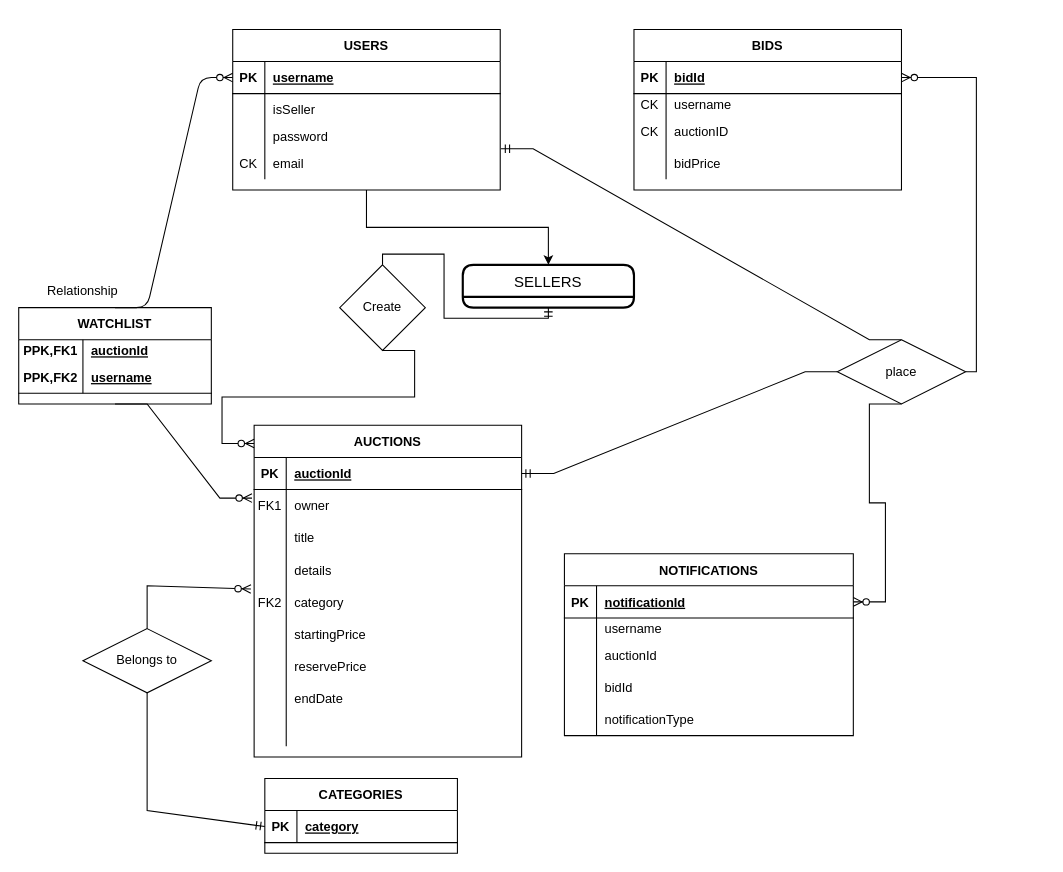
jcgloria/dbf_project keeps this draw.io diagram as er-diagram.drawio. Above is the earlier version. Source tidied: cells renumbered, new cells numbered last; positions are measured from the earlier drawing's top-left corner, leaving out a move shared by most shapes. Both pictures are drawn from the tidied source at 107%, with x=0, y=0 at pixel (18, 29).
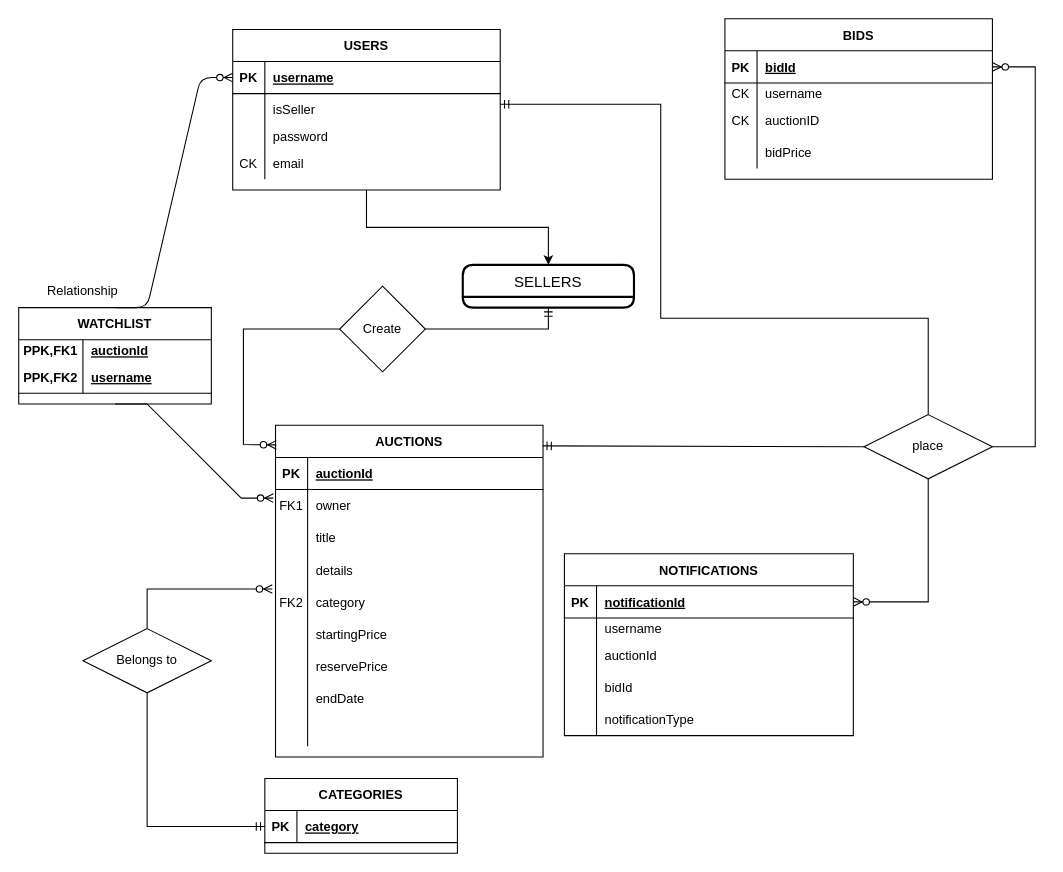
The same page after the edit.

Commit message:
er diagram straightened

Unchanged cells that the change refers to:
```xml
<mxCell id="3" style="shape=partialRectangle;fillColor=none;points=[[0,0.5],[1,0.5]];portConstraint=eastwest;top=0;left=0;right=0;bottom=1;" parent="2" vertex="1">
  <mxGeometry y="30" width="250" height="30" as="geometry" />
</mxCell>
<mxCell id="15" style="shape=partialRectangle;fillColor=none;points=[[0,0.5],[1,0.5]];portConstraint=eastwest;top=0;left=0;right=0;bottom=0;" parent="2" vertex="1">
  <mxGeometry y="150" width="250" height="30" as="geometry" />
</mxCell>
<mxCell id="31" style="shape=partialRectangle;fillColor=none;points=[[0,0.5],[1,0.5]];portConstraint=eastwest;top=0;left=0;right=0;bottom=1;" parent="30" vertex="1">
  <mxGeometry y="30" width="250" height="30" as="geometry" />
</mxCell>
<mxCell id="54" style="shape=partialRectangle;fillColor=none;points=[[0,0.5],[1,0.5]];portConstraint=eastwest;top=0;left=0;right=0;bottom=0;" parent="44" vertex="1">
  <mxGeometry y="110" width="250" height="30" as="geometry" />
</mxCell>
<mxCell id="58" style="shape=tableRow;horizontal=0;startSize=0;swimlaneHead=0;swimlaneBody=0;fillColor=none;points=[[0,0.5],[1,0.5]];portConstraint=eastwest;top=0;left=0;right=0;bottom=1;" parent="57" vertex="1">
  <mxGeometry y="30" width="180" height="30" as="geometry" />
</mxCell>
<mxCell id="71" value="Belongs to" style="shape=rhombus;perimeter=rhombusPerimeter;whiteSpace=wrap;html=1;align=center;" parent="1" vertex="1">
  <mxGeometry x="60" y="560" width="120" height="60" as="geometry" />
</mxCell>
<mxCell id="77" style="shape=partialRectangle;fillColor=none;points=[[0,0.5],[1,0.5]];portConstraint=eastwest;top=0;left=0;right=0;bottom=1;" parent="76" vertex="1">
  <mxGeometry y="30" width="270" height="30" as="geometry" />
</mxCell>
<mxCell id="93" value="SELLERS" style="swimlane;horizontal=1;startSize=30;rounded=1;fontSize=14;fontStyle=0;strokeWidth=2;shadow=0;dashed=0;align=center;" parent="1" vertex="1">
  <mxGeometry x="415" y="220" width="160" height="40" as="geometry" />
</mxCell>
```

The edit, as a diff of the source:
```diff
@@
     <mxCell id="2" value="AUCTIONS" style="shape=table;startSize=30;childLayout=tableLayout;rowLines=0;fontStyle=1;align=center;" parent="1" vertex="1">
-      <mxGeometry x="220" y="370" width="250" height="310" as="geometry" />
+      <mxGeometry x="240" y="370" width="250" height="310" as="geometry" />
     </mxCell>
@@
     <mxCell id="30" value="BIDS" style="shape=table;startSize=30;childLayout=tableLayout;rowLines=0;fontStyle=1;align=center;" parent="1" vertex="1">
-      <mxGeometry x="575" width="250" height="150" as="geometry" />
+      <mxGeometry x="660" y="-10" width="250" height="150" as="geometry" />
     </mxCell>
@@
-    <mxCell id="69" style="edgeStyle=orthogonalEdgeStyle;fontSize=12;html=1;endArrow=ERzeroToMany;startArrow=none;rounded=0;entryX=1;entryY=0.5;entryDx=0;entryDy=0;exitX=1;exitY=0.5;exitDx=0;exitDy=0;" parent="1" edge="1" source="75" target="31">
-      <mxGeometry relative="1" as="geometry" />
+    <mxCell id="69" style="fontSize=12;html=1;endArrow=ERzeroToMany;startArrow=none;rounded=0;entryX=1;entryY=0.5;entryDx=0;entryDy=0;exitX=1;exitY=0.5;exitDx=0;exitDy=0;" parent="1" edge="1" source="75" target="31">
+      <mxGeometry relative="1" as="geometry">
+        <Array as="points">
+          <mxPoint x="950" y="390" />
+          <mxPoint x="950" y="35" />
+        </Array>
+      </mxGeometry>
     </mxCell>
     <mxCell id="70" style="fontSize=12;html=1;endArrow=ERzeroToMany;startArrow=none;rounded=0;exitX=0.5;exitY=0;exitDx=0;exitDy=0;entryX=-0.012;entryY=0.1;entryDx=0;entryDy=0;entryPerimeter=0;" parent="1" edge="1" source="71" target="15">
       <mxGeometry relative="1" as="geometry">
         <Array as="points">
-          <mxPoint x="120" y="520" />
+          <mxPoint x="120" y="523" />
         </Array>
       </mxGeometry>
     </mxCell>
@@
     <mxCell id="72" style="fontSize=12;html=1;endArrow=none;startArrow=ERmandOne;rounded=0;exitX=0;exitY=0.5;exitDx=0;exitDy=0;entryX=0.5;entryY=1;entryDx=0;entryDy=0;" parent="1" edge="1" source="58" target="71">
       <mxGeometry relative="1" as="geometry">
         <Array as="points">
-          <mxPoint x="120" y="730" />
+          <mxPoint x="120" y="745" />
         </Array>
       </mxGeometry>
     </mxCell>
-    <mxCell id="73" style="edgeStyle=entityRelationEdgeStyle;fontSize=12;html=1;endArrow=none;startArrow=ERmandOne;rounded=0;entryX=0.5;entryY=0;entryDx=0;entryDy=0;exitX=1.003;exitY=0.052;exitDx=0;exitDy=0;exitPerimeter=0;" parent="1" edge="1" source="54" target="75">
-      <mxGeometry relative="1" as="geometry" />
+    <mxCell id="73" style="fontSize=12;html=1;endArrow=none;startArrow=ERmandOne;rounded=0;entryX=0.5;entryY=0;entryDx=0;entryDy=0;" parent="1" edge="1" target="75">
+      <mxGeometry relative="1" as="geometry">
+        <mxPoint x="450" y="70" as="sourcePoint" />
+        <Array as="points">
+          <mxPoint x="600" y="70" />
+          <mxPoint x="600" y="270" />
+          <mxPoint x="850" y="270" />
+        </Array>
+      </mxGeometry>
     </mxCell>
-    <mxCell id="74" style="edgeStyle=entityRelationEdgeStyle;fontSize=12;html=1;endArrow=none;startArrow=ERmandOne;rounded=0;" parent="1" edge="1" source="3" target="75">
+    <mxCell id="74" style="fontSize=12;html=1;endArrow=none;startArrow=ERmandOne;rounded=0;entryX=0;entryY=0.5;entryDx=0;entryDy=0;exitX=0.999;exitY=0.062;exitDx=0;exitDy=0;exitPerimeter=0;" parent="1" edge="1" source="2" target="75">
       <mxGeometry relative="1" as="geometry" />
     </mxCell>
     <mxCell id="75" value="place" style="shape=rhombus;perimeter=rhombusPerimeter;whiteSpace=wrap;html=1;align=center;" parent="1" vertex="1">
-      <mxGeometry x="765" y="290" width="120" height="60" as="geometry" />
+      <mxGeometry x="790" y="360" width="120" height="60" as="geometry" />
     </mxCell>
@@
-    <mxCell id="92" style="edgeStyle=entityRelationEdgeStyle;fontSize=12;html=1;endArrow=ERzeroToMany;endFill=1;rounded=0;exitX=0.5;exitY=1;exitDx=0;exitDy=0;entryX=1;entryY=0.5;entryDx=0;entryDy=0;" parent="1" edge="1" source="75" target="77">
-      <mxGeometry relative="1" as="geometry" />
+    <mxCell id="92" style="fontSize=12;html=1;endArrow=ERzeroToMany;endFill=1;rounded=0;exitX=0.5;exitY=1;exitDx=0;exitDy=0;entryX=1;entryY=0.5;entryDx=0;entryDy=0;" parent="1" edge="1" source="75" target="77">
+      <mxGeometry relative="1" as="geometry">
+        <Array as="points">
+          <mxPoint x="850" y="535" />
+        </Array>
+      </mxGeometry>
     </mxCell>
@@
     <mxCell id="94" value="Create" style="rhombus;whiteSpace=wrap;html=1;" parent="1" vertex="1">
-      <mxGeometry x="300" y="220" width="80" height="80" as="geometry" />
+      <mxGeometry x="300" y="240" width="80" height="80" as="geometry" />
     </mxCell>
-    <mxCell id="95" style="fontSize=12;html=1;endArrow=none;startArrow=ERmandOne;rounded=0;edgeStyle=orthogonalEdgeStyle;entryX=0.5;entryY=0;entryDx=0;entryDy=0;exitX=0.5;exitY=1;exitDx=0;exitDy=0;" parent="1" edge="1" source="93" target="94">
+    <mxCell id="95" style="fontSize=12;html=1;endArrow=none;startArrow=ERmandOne;rounded=0;edgeStyle=orthogonalEdgeStyle;entryX=1;entryY=0.5;entryDx=0;entryDy=0;exitX=0.5;exitY=1;exitDx=0;exitDy=0;" parent="1" edge="1" source="93" target="94">
       <mxGeometry relative="1" as="geometry" />
     </mxCell>
@@
-    <mxCell id="98" style="edgeStyle=entityRelationEdgeStyle;fontSize=12;html=1;endArrow=ERzeroToMany;endFill=1;rounded=0;exitX=0.5;exitY=1;exitDx=0;exitDy=0;" parent="1" edge="1" source="94">
+    <mxCell id="98" style="fontSize=12;html=1;endArrow=ERzeroToMany;endFill=1;rounded=0;exitX=0;exitY=0.5;exitDx=0;exitDy=0;entryX=0.003;entryY=0.059;entryDx=0;entryDy=0;entryPerimeter=0;" parent="1" edge="1" source="94" target="2">
       <mxGeometry relative="1" as="geometry">
-        <mxPoint x="220" y="387" as="targetPoint" />
+        <Array as="points">
+          <mxPoint x="210" y="280" />
+          <mxPoint x="210" y="330" />
+          <mxPoint x="210" y="388" />
+        </Array>
       </mxGeometry>
     </mxCell>
```
